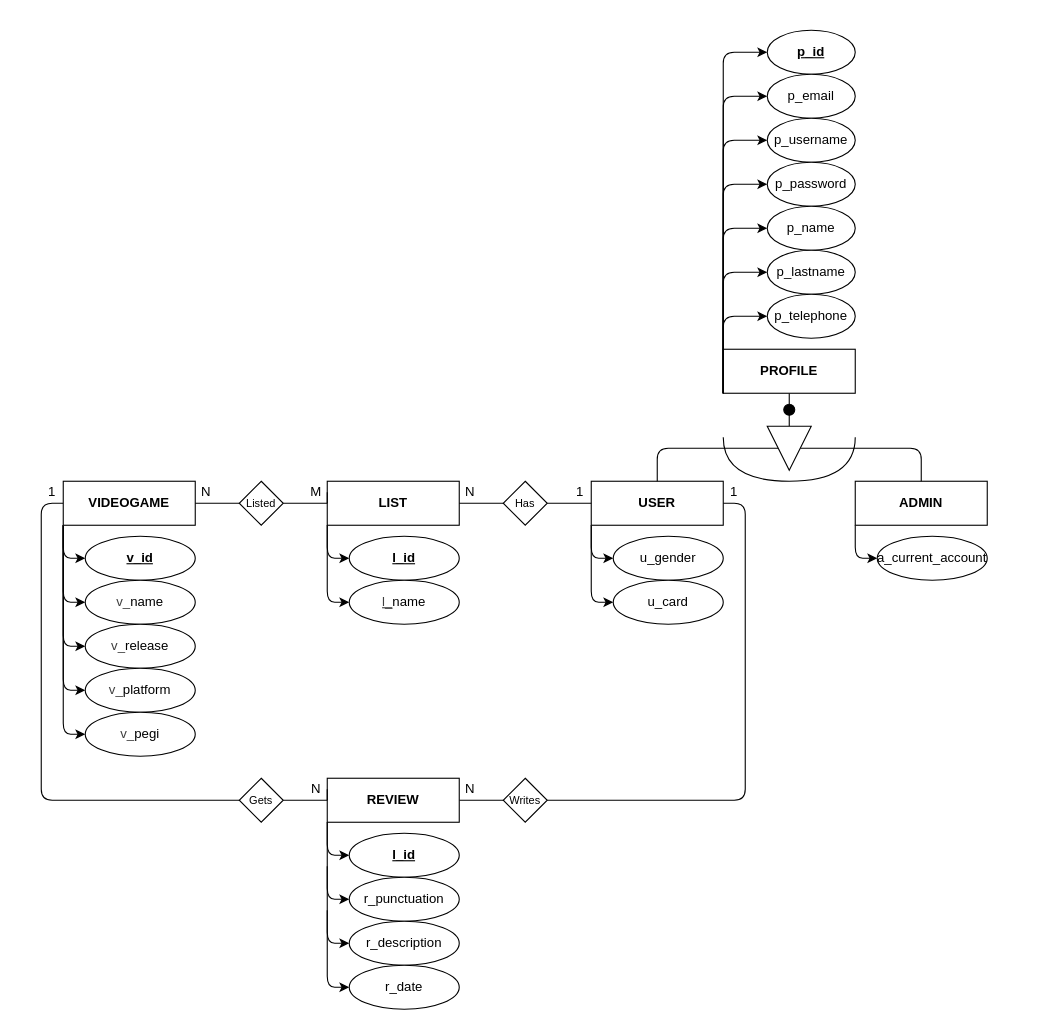
Earlier version of the draw.io diagram Documentation/Diagrams/DIO/RETO 2 CRUD Avanzado - Data Model Diagram.dio (MedievAlex/DIN_ADTi_Reto_CRUD_Avanzado_-Alex_Ekaitz_Mikel-). Source tidied: cells renumbered, new cells numbered last; positions are measured from the earlier drawing's top-left corner, leaving out a move shared by most shapes. Both pictures are drawn from the tidied source at 110%, with x=0, y=0 at pixel (41, 30).
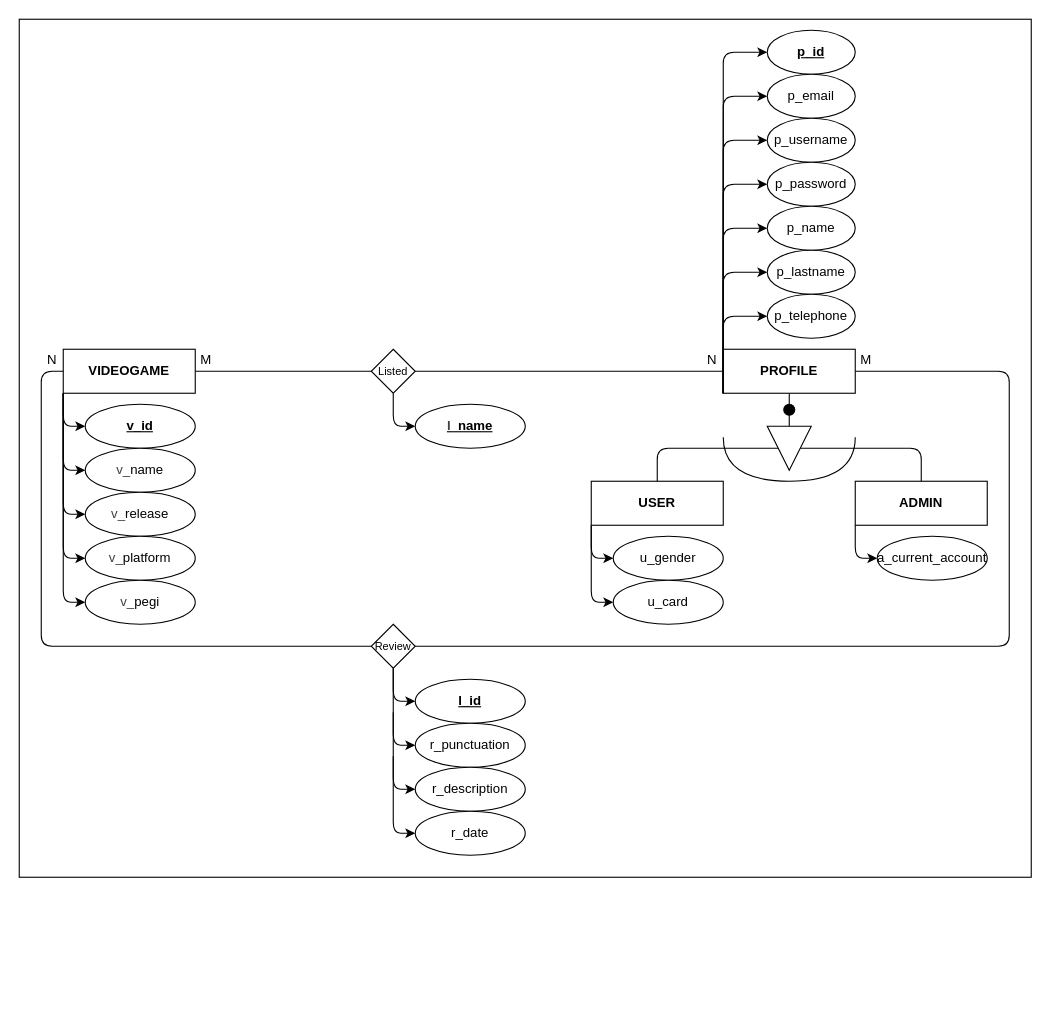
The same diagram, later.

Unchanged cells that the change refers to:
```xml
<mxCell id="27" value="USER" style="rounded=0;whiteSpace=wrap;html=1;fontStyle=1;" parent="1" vertex="1">
  <mxGeometry x="500" y="410" width="120" height="40" as="geometry" />
</mxCell>
<mxCell id="36" value="PROFILE" style="rounded=0;whiteSpace=wrap;html=1;fontStyle=1;" parent="1" vertex="1">
  <mxGeometry x="620" y="290" width="120" height="40" as="geometry" />
</mxCell>
```

What changed in the source:
```diff
@@
+    <mxCell id="82" style="rounded=0;whiteSpace=wrap;html=1;" parent="1" vertex="1">
+      <mxGeometry x="-20" y="-10" width="920" height="780" as="geometry" />
+    </mxCell>
     <mxCell id="2" style="edgeStyle=none;html=1;exitX=0;exitY=1;exitDx=0;exitDy=0;entryX=0;entryY=0.5;entryDx=0;entryDy=0;" parent="1" edge="1" source="8" target="20">
       <mxGeometry relative="1" as="geometry">
         <Array as="points">
-          <mxPoint x="20" y="640" />
+          <mxPoint x="20" y="520" />
         </Array>
       </mxGeometry>
     </mxCell>
     <mxCell id="3" style="edgeStyle=none;html=1;exitX=0;exitY=1;exitDx=0;exitDy=0;entryX=0;entryY=0.5;entryDx=0;entryDy=0;" parent="1" edge="1" source="8" target="16">
       <mxGeometry relative="1" as="geometry">
         <Array as="points">
-          <mxPoint x="20" y="480" />
+          <mxPoint x="20" y="360" />
         </Array>
       </mxGeometry>
     </mxCell>
     <mxCell id="4" style="edgeStyle=none;html=1;exitX=0;exitY=1;exitDx=0;exitDy=0;entryX=0;entryY=0.5;entryDx=0;entryDy=0;" parent="1" edge="1" source="8" target="17">
       <mxGeometry relative="1" as="geometry">
         <Array as="points">
-          <mxPoint x="20" y="520" />
+          <mxPoint x="20" y="400" />
         </Array>
       </mxGeometry>
     </mxCell>
     <mxCell id="5" style="edgeStyle=none;html=1;exitX=0;exitY=1;exitDx=0;exitDy=0;entryX=0;entryY=0.5;entryDx=0;entryDy=0;" parent="1" edge="1" source="8" target="18">
       <mxGeometry relative="1" as="geometry">
         <Array as="points">
-          <mxPoint x="20" y="560" />
+          <mxPoint x="20" y="440" />
         </Array>
       </mxGeometry>
     </mxCell>
     <mxCell id="6" style="edgeStyle=none;html=1;exitX=0;exitY=1;exitDx=0;exitDy=0;entryX=0;entryY=0.5;entryDx=0;entryDy=0;" parent="1" edge="1" source="8" target="19">
       <mxGeometry relative="1" as="geometry">
         <Array as="points">
-          <mxPoint x="20" y="600" />
+          <mxPoint x="20" y="480" />
         </Array>
       </mxGeometry>
     </mxCell>
-    <mxCell id="7" style="edgeStyle=none;html=1;exitX=0;exitY=0.5;exitDx=0;exitDy=0;entryX=0;entryY=0.5;entryDx=0;entryDy=0;endArrow=none;endFill=0;" parent="1" edge="1" source="8" target="73">
+    <mxCell id="7" style="edgeStyle=none;html=1;exitX=0;exitY=0.5;exitDx=0;exitDy=0;endArrow=none;endFill=0;entryX=0;entryY=0.5;entryDx=0;entryDy=0;" parent="1" edge="1" source="8" target="80">
       <mxGeometry relative="1" as="geometry">
         <Array as="points">
-          <mxPoint y="430" />
-          <mxPoint y="700" />
+          <mxPoint y="310" />
+          <mxPoint y="560" />
         </Array>
       </mxGeometry>
     </mxCell>
     <mxCell id="8" value="VIDEOGAME" style="rounded=0;whiteSpace=wrap;html=1;fontStyle=1;" parent="1" vertex="1">
-      <mxGeometry x="20" y="410" width="120" height="40" as="geometry" />
+      <mxGeometry x="20" y="290" width="120" height="40" as="geometry" />
     </mxCell>
-    <mxCell id="9" value="LIST" style="rounded=0;whiteSpace=wrap;html=1;fontStyle=1;" parent="1" vertex="1">
-      <mxGeometry x="260" y="410" width="120" height="40" as="geometry" />
-    </mxCell>
     <mxCell id="10" style="rhombus;whiteSpace=wrap;html=1;" parent="1" vertex="1">
-      <mxGeometry x="180" y="410" width="40" height="40" as="geometry" />
+      <mxGeometry x="300" y="290" width="40" height="40" as="geometry" />
     </mxCell>
@@
-    <mxCell id="12" style="endArrow=none;html=1;exitX=0;exitY=0.5;exitDx=0;exitDy=0;entryX=1;entryY=0.5;entryDx=0;entryDy=0;" parent="1" edge="1" source="9" target="10">
-      <mxGeometry relative="1" as="geometry" />
-    </mxCell>
     <mxCell id="13" value="N" style="text;html=1;align=center;verticalAlign=middle;whiteSpace=wrap;rounded=0;" parent="1" vertex="1">
-      <mxGeometry x="140" y="410" width="20" height="20" as="geometry" />
+      <mxGeometry y="290" width="20" height="20" as="geometry" />
     </mxCell>
-    <mxCell id="14" style="endArrow=none;html=1;exitX=0;exitY=0.5;exitDx=0;exitDy=0;entryX=1;entryY=0.5;entryDx=0;entryDy=0;" parent="1" edge="1" source="9" target="15">
-      <mxGeometry relative="1" as="geometry" />
-    </mxCell>
     <mxCell id="15" value="M" style="text;html=1;align=center;verticalAlign=middle;whiteSpace=wrap;rounded=0;" parent="1" vertex="1">
-      <mxGeometry x="240" y="410" width="20" height="20" as="geometry" />
+      <mxGeometry x="740" y="290" width="20" height="20" as="geometry" />
     </mxCell>
     <mxCell id="16" value="&lt;u&gt;v_id&lt;/u&gt;" style="ellipse;whiteSpace=wrap;html=1;fontStyle=1;" parent="1" vertex="1">
-      <mxGeometry x="40" y="460" width="100" height="40" as="geometry" />
+      <mxGeometry x="40" y="340" width="100" height="40" as="geometry" />
     </mxCell>
     <mxCell id="17" value="&lt;span style=&quot;color: rgb(63, 63, 63); scrollbar-color: rgb(226, 226, 226) rgb(251, 251, 251);&quot;&gt;v_&lt;/span&gt;name" style="ellipse;whiteSpace=wrap;html=1;" parent="1" vertex="1">
-      <mxGeometry x="40" y="500" width="100" height="40" as="geometry" />
+      <mxGeometry x="40" y="380" width="100" height="40" as="geometry" />
     </mxCell>
     <mxCell id="18" value="&lt;span style=&quot;color: rgb(63, 63, 63);&quot;&gt;v_&lt;/span&gt;release" style="ellipse;whiteSpace=wrap;html=1;" parent="1" vertex="1">
-      <mxGeometry x="40" y="540" width="100" height="40" as="geometry" />
+      <mxGeometry x="40" y="420" width="100" height="40" as="geometry" />
     </mxCell>
     <mxCell id="19" value="&lt;span style=&quot;color: rgb(63, 63, 63);&quot;&gt;v_&lt;/span&gt;platform" style="ellipse;whiteSpace=wrap;html=1;" parent="1" vertex="1">
-      <mxGeometry x="40" y="580" width="100" height="40" as="geometry" />
+      <mxGeometry x="40" y="460" width="100" height="40" as="geometry" />
     </mxCell>
     <mxCell id="20" value="&lt;span style=&quot;color: rgb(63, 63, 63);&quot;&gt;v_&lt;/span&gt;pegi" style="ellipse;whiteSpace=wrap;html=1;" parent="1" vertex="1">
-      <mxGeometry x="40" y="620" width="100" height="40" as="geometry" />
+      <mxGeometry x="40" y="500" width="100" height="40" as="geometry" />
     </mxCell>
-    <mxCell id="21" style="edgeStyle=none;html=1;exitX=0;exitY=1;exitDx=0;exitDy=0;entryX=0;entryY=0.5;entryDx=0;entryDy=0;" parent="1" edge="1" target="23">
-      <mxGeometry relative="1" as="geometry">
-        <mxPoint x="260" y="450" as="sourcePoint" />
-        <Array as="points">
-          <mxPoint x="260" y="480" />
-        </Array>
-      </mxGeometry>
-    </mxCell>
-    <mxCell id="22" style="edgeStyle=none;html=1;exitX=0;exitY=1;exitDx=0;exitDy=0;entryX=0;entryY=0.5;entryDx=0;entryDy=0;" parent="1" edge="1" target="24">
-      <mxGeometry relative="1" as="geometry">
-        <mxPoint x="260" y="450" as="sourcePoint" />
-        <Array as="points">
-          <mxPoint x="260" y="520" />
-        </Array>
-      </mxGeometry>
-    </mxCell>
-    <mxCell id="23" value="&lt;u&gt;l_id&lt;/u&gt;" style="ellipse;whiteSpace=wrap;html=1;fontStyle=1;" parent="1" vertex="1">
-      <mxGeometry x="280" y="460" width="100" height="40" as="geometry" />
-    </mxCell>
-    <mxCell id="24" value="&lt;u style=&quot;color: rgb(63, 63, 63); scrollbar-color: rgb(226, 226, 226) rgb(251, 251, 251);&quot;&gt;l_&lt;/u&gt;name" style="ellipse;whiteSpace=wrap;html=1;" parent="1" vertex="1">
-      <mxGeometry x="280" y="500" width="100" height="40" as="geometry" />
+    <mxCell id="24" value="&lt;b&gt;&lt;u&gt;&lt;span style=&quot;color: rgb(63, 63, 63); scrollbar-color: rgb(226, 226, 226) rgb(251, 251, 251);&quot;&gt;l_&lt;/span&gt;name&lt;/u&gt;&lt;/b&gt;" style="ellipse;whiteSpace=wrap;html=1;" parent="1" vertex="1">
+      <mxGeometry x="340" y="340" width="100" height="40" as="geometry" />
     </mxCell>
@@
-    <mxCell id="54" style="rhombus;whiteSpace=wrap;html=1;" parent="1" vertex="1">
-      <mxGeometry x="420" y="410" width="40" height="40" as="geometry" />
-    </mxCell>
-    <mxCell id="55" style="endArrow=none;html=1;entryX=0;entryY=0.5;entryDx=0;entryDy=0;exitX=1;exitY=0.5;exitDx=0;exitDy=0;" parent="1" edge="1" target="54">
-      <mxGeometry relative="1" as="geometry">
-        <mxPoint x="380" y="430" as="sourcePoint" />
-      </mxGeometry>
-    </mxCell>
-    <mxCell id="56" style="endArrow=none;html=1;exitX=0;exitY=0.5;exitDx=0;exitDy=0;entryX=1;entryY=0.5;entryDx=0;entryDy=0;" parent="1" edge="1" target="54">
-      <mxGeometry relative="1" as="geometry">
-        <mxPoint x="500" y="430" as="sourcePoint" />
-      </mxGeometry>
+    <mxCell id="56" style="endArrow=none;html=1;exitX=0;exitY=0.5;exitDx=0;exitDy=0;entryX=1;entryY=0.5;entryDx=0;entryDy=0;" parent="1" edge="1" source="36" target="60">
+      <mxGeometry relative="1" as="geometry" />
     </mxCell>
-    <mxCell id="57" value="N" style="text;html=1;align=center;verticalAlign=middle;whiteSpace=wrap;rounded=0;" parent="1" vertex="1">
-      <mxGeometry x="380" y="410" width="20" height="20" as="geometry" />
-    </mxCell>
-    <mxCell id="58" value="1" style="text;html=1;align=center;verticalAlign=middle;whiteSpace=wrap;rounded=0;" parent="1" vertex="1">
-      <mxGeometry x="480" y="410" width="20" height="20" as="geometry" />
-    </mxCell>
-    <mxCell id="59" value="Has" style="text;html=1;align=center;verticalAlign=middle;whiteSpace=wrap;rounded=0;fontSize=10;" parent="1" vertex="1">
-      <mxGeometry x="420" y="415" width="40" height="30" as="geometry" />
-    </mxCell>
     <mxCell id="60" value="Listed" style="text;html=1;align=center;verticalAlign=middle;whiteSpace=wrap;rounded=0;fontSize=10;" parent="1" vertex="1">
-      <mxGeometry x="180" y="415" width="40" height="30" as="geometry" />
+      <mxGeometry x="300" y="295" width="40" height="30" as="geometry" />
     </mxCell>
-    <mxCell id="61" style="edgeStyle=none;html=1;exitX=1;exitY=0.5;exitDx=0;exitDy=0;entryX=0;entryY=0.5;entryDx=0;entryDy=0;endArrow=none;endFill=0;" parent="1" edge="1" source="62" target="75">
-      <mxGeometry relative="1" as="geometry" />
-    </mxCell>
-    <mxCell id="62" value="REVIEW" style="rounded=0;whiteSpace=wrap;html=1;fontStyle=1;" parent="1" vertex="1">
-      <mxGeometry x="260" y="680" width="120" height="40" as="geometry" />
-    </mxCell>
-    <mxCell id="63" style="endArrow=none;html=1;exitX=0;exitY=0.5;exitDx=0;exitDy=0;entryX=1;entryY=0.5;entryDx=0;entryDy=0;" parent="1" edge="1" source="62">
-      <mxGeometry relative="1" as="geometry">
-        <mxPoint x="260" y="690" as="targetPoint" />
-      </mxGeometry>
-    </mxCell>
     <mxCell id="64" style="edgeStyle=none;html=1;exitX=0;exitY=1;exitDx=0;exitDy=0;entryX=0;entryY=0.5;entryDx=0;entryDy=0;" parent="1" edge="1" target="66">
       <mxGeometry relative="1" as="geometry">
-        <mxPoint x="260" y="720" as="sourcePoint" />
+        <mxPoint x="320" y="580" as="sourcePoint" />
         <Array as="points">
-          <mxPoint x="260" y="750" />
+          <mxPoint x="320" y="610" />
         </Array>
       </mxGeometry>
     </mxCell>
     <mxCell id="65" style="edgeStyle=none;html=1;exitX=0;exitY=1;exitDx=0;exitDy=0;entryX=0;entryY=0.5;entryDx=0;entryDy=0;" parent="1" edge="1" target="67">
       <mxGeometry relative="1" as="geometry">
-        <mxPoint x="260" y="720" as="sourcePoint" />
+        <mxPoint x="320" y="580" as="sourcePoint" />
         <Array as="points">
-          <mxPoint x="260" y="790" />
+          <mxPoint x="320" y="650" />
         </Array>
       </mxGeometry>
     </mxCell>
     <mxCell id="66" value="&lt;u&gt;l_id&lt;/u&gt;" style="ellipse;whiteSpace=wrap;html=1;fontStyle=1;" parent="1" vertex="1">
-      <mxGeometry x="280" y="730" width="100" height="40" as="geometry" />
+      <mxGeometry x="340" y="590" width="100" height="40" as="geometry" />
     </mxCell>
     <mxCell id="67" value="r_punctuation" style="ellipse;whiteSpace=wrap;html=1;" parent="1" vertex="1">
-      <mxGeometry x="280" y="770" width="100" height="40" as="geometry" />
+      <mxGeometry x="340" y="630" width="100" height="40" as="geometry" />
     </mxCell>
     <mxCell id="68" value="r_description" style="ellipse;whiteSpace=wrap;html=1;" parent="1" vertex="1">
-      <mxGeometry x="280" y="810" width="100" height="40" as="geometry" />
+      <mxGeometry x="340" y="670" width="100" height="40" as="geometry" />
     </mxCell>
     <mxCell id="69" value="r_date" style="ellipse;whiteSpace=wrap;html=1;" parent="1" vertex="1">
-      <mxGeometry x="280" y="850" width="100" height="40" as="geometry" />
+      <mxGeometry x="340" y="710" width="100" height="40" as="geometry" />
     </mxCell>
     <mxCell id="70" style="edgeStyle=none;html=1;exitX=0;exitY=1;exitDx=0;exitDy=0;entryX=0;entryY=0.5;entryDx=0;entryDy=0;" parent="1" edge="1">
       <mxGeometry relative="1" as="geometry">
-        <mxPoint x="260" y="760" as="sourcePoint" />
-        <mxPoint x="280" y="830" as="targetPoint" />
+        <mxPoint x="320" y="620" as="sourcePoint" />
+        <mxPoint x="340" y="690" as="targetPoint" />
         <Array as="points">
-          <mxPoint x="260" y="830" />
+          <mxPoint x="320" y="690" />
         </Array>
       </mxGeometry>
     </mxCell>
     <mxCell id="71" style="edgeStyle=none;html=1;exitX=0;exitY=1;exitDx=0;exitDy=0;entryX=0;entryY=0.5;entryDx=0;entryDy=0;" parent="1" edge="1">
       <mxGeometry relative="1" as="geometry">
-        <mxPoint x="260" y="800" as="sourcePoint" />
-        <mxPoint x="280" y="870" as="targetPoint" />
+        <mxPoint x="320" y="660" as="sourcePoint" />
+        <mxPoint x="340" y="730" as="targetPoint" />
         <Array as="points">
-          <mxPoint x="260" y="870" />
+          <mxPoint x="320" y="730" />
         </Array>
       </mxGeometry>
     </mxCell>
-    <mxCell id="72" style="edgeStyle=none;html=1;exitX=1;exitY=0.5;exitDx=0;exitDy=0;entryX=0;entryY=0.5;entryDx=0;entryDy=0;endArrow=none;endFill=0;" parent="1" edge="1" source="73" target="62">
-      <mxGeometry relative="1" as="geometry" />
-    </mxCell>
-    <mxCell id="73" style="rhombus;whiteSpace=wrap;html=1;" parent="1" vertex="1">
-      <mxGeometry x="180" y="680" width="40" height="40" as="geometry" />
-    </mxCell>
-    <mxCell id="74" style="edgeStyle=none;html=1;exitX=1;exitY=0.5;exitDx=0;exitDy=0;entryX=1;entryY=0.5;entryDx=0;entryDy=0;endArrow=none;endFill=0;" parent="1" edge="1" source="75" target="27">
+    <mxCell id="74" style="edgeStyle=none;html=1;exitX=1;exitY=0.5;exitDx=0;exitDy=0;entryX=1;entryY=0.5;entryDx=0;entryDy=0;endArrow=none;endFill=0;" parent="1" edge="1" source="75" target="36">
       <mxGeometry relative="1" as="geometry">
         <Array as="points">
-          <mxPoint x="640" y="700" />
-          <mxPoint x="640" y="430" />
+          <mxPoint x="880" y="560" />
+          <mxPoint x="880" y="310" />
         </Array>
       </mxGeometry>
     </mxCell>
     <mxCell id="75" style="rhombus;whiteSpace=wrap;html=1;" parent="1" vertex="1">
-      <mxGeometry x="420" y="680" width="40" height="40" as="geometry" />
+      <mxGeometry x="300" y="540" width="40" height="40" as="geometry" />
     </mxCell>
-    <mxCell id="76" value="N" style="text;html=1;align=center;verticalAlign=middle;whiteSpace=wrap;rounded=0;" parent="1" vertex="1">
-      <mxGeometry x="240" y="680" width="20" height="20" as="geometry" />
-    </mxCell>
-    <mxCell id="77" value="1" style="text;html=1;align=center;verticalAlign=middle;whiteSpace=wrap;rounded=0;" parent="1" vertex="1">
-      <mxGeometry y="410" width="20" height="20" as="geometry" />
-    </mxCell>
-    <mxCell id="78" value="1" style="text;html=1;align=center;verticalAlign=middle;whiteSpace=wrap;rounded=0;" parent="1" vertex="1">
-      <mxGeometry x="620" y="410" width="20" height="20" as="geometry" />
-    </mxCell>
-    <mxCell id="79" value="N" style="text;html=1;align=center;verticalAlign=middle;whiteSpace=wrap;rounded=0;" parent="1" vertex="1">
-      <mxGeometry x="380" y="680" width="20" height="20" as="geometry" />
-    </mxCell>
-    <mxCell id="80" value="Writes" style="text;html=1;align=center;verticalAlign=middle;whiteSpace=wrap;rounded=0;fontSize=10;" parent="1" vertex="1">
-      <mxGeometry x="420" y="685" width="40" height="30" as="geometry" />
+    <mxCell id="80" value="Review" style="text;html=1;align=center;verticalAlign=middle;whiteSpace=wrap;rounded=0;fontSize=10;" parent="1" vertex="1">
+      <mxGeometry x="300" y="545" width="40" height="30" as="geometry" />
     </mxCell>
-    <mxCell id="81" value="Gets" style="text;html=1;align=center;verticalAlign=middle;whiteSpace=wrap;rounded=0;fontSize=10;" parent="1" vertex="1">
-      <mxGeometry x="180" y="685" width="40" height="30" as="geometry" />
-    </mxCell>
+    <mxCell id="83" value="N" style="text;html=1;align=center;verticalAlign=middle;whiteSpace=wrap;rounded=0;" parent="1" vertex="1">
+      <mxGeometry x="600" y="290" width="20" height="20" as="geometry" />
+    </mxCell>
+    <mxCell id="84" value="M" style="text;html=1;align=center;verticalAlign=middle;whiteSpace=wrap;rounded=0;" parent="1" vertex="1">
+      <mxGeometry x="140" y="290" width="20" height="20" as="geometry" />
+    </mxCell>
+    <mxCell id="85" style="edgeStyle=none;html=1;exitX=0;exitY=1;exitDx=0;exitDy=0;entryX=0;entryY=0.5;entryDx=0;entryDy=0;" parent="1" edge="1">
+      <mxGeometry relative="1" as="geometry">
+        <mxPoint x="320" y="330" as="sourcePoint" />
+        <mxPoint x="340" y="360" as="targetPoint" />
+        <Array as="points">
+          <mxPoint x="320" y="360" />
+        </Array>
+      </mxGeometry>
+    </mxCell>
```
